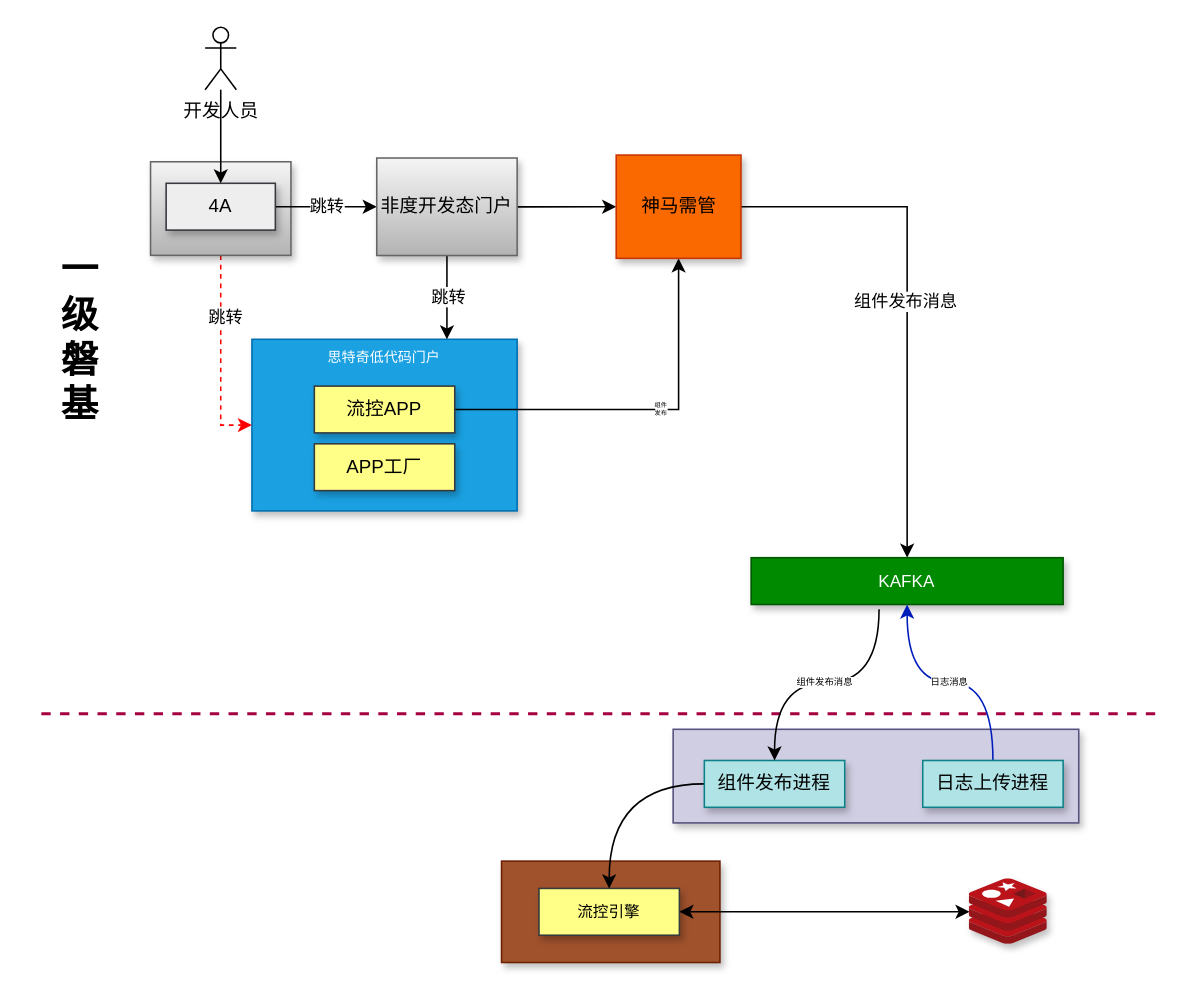
Before: page "集成架构" (8 of 8) of 流控.drawio in qymmdj/draw-io, a draw.io diagram. Source tidied: cells renumbered, new cells numbered last; positions are measured from the earlier drawing's top-left corner, leaving out a move shared by most shapes. Both pictures are drawn from the tidied source at 156%, with x=0, y=0 at pixel (33, 27).
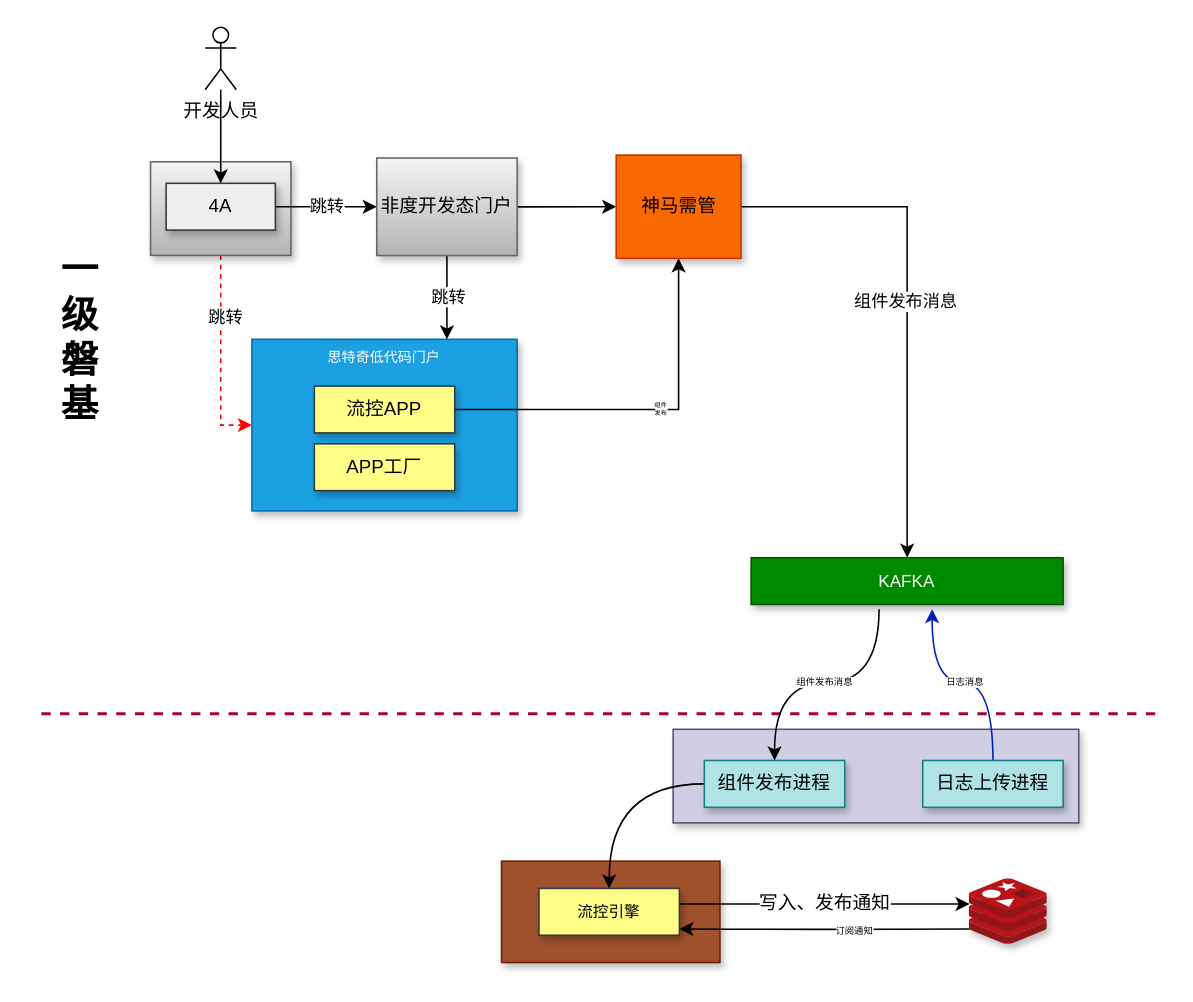
The same page after the edit.

The change refers to these unchanged cells:
```xml
<mxCell id="3" value="&lt;font size=&quot;1&quot;&gt;流控引擎&lt;/font&gt;" style="rounded=0;whiteSpace=wrap;html=1;shadow=1;fillColor=#ffff88;strokeColor=#36393d;fontSize=12;fontColor=#000000;" parent="1" vertex="1">
  <mxGeometry x="324" y="552" width="90" height="30" as="geometry" />
</mxCell>
<mxCell id="25" value="KAFKA" style="rounded=0;whiteSpace=wrap;html=1;shadow=1;fontSize=11;fontColor=#ffffff;fillColor=#008a00;strokeColor=#005700;" parent="1" vertex="1">
  <mxGeometry x="460" y="340" width="200" height="30" as="geometry" />
</mxCell>
<mxCell id="28" style="sketch=0;html=1;points=[];align=center;image;fontSize=12;image=img/lib/mscae/Cache_Redis_Product.svg;shadow=1;fontColor=#000000;" parent="1" vertex="1">
  <mxGeometry x="600" y="546" width="50" height="42" as="geometry" />
</mxCell>
<mxCell id="30" value="日志上传进程" style="rounded=0;whiteSpace=wrap;html=1;shadow=1;fillColor=#b0e3e6;strokeColor=#0e8088;fontSize=12;" parent="1" vertex="1">
  <mxGeometry x="570" y="470" width="90" height="30" as="geometry" />
</mxCell>
```

What changed in the source:
```diff
@@
+    <mxCell id="32" style="edgeStyle=orthogonalEdgeStyle;curved=1;rounded=0;jettySize=auto;html=1;fontSize=6;fontColor=#000000;startArrow=classic;startFill=1;endArrow=none;endFill=0;strokeColor=#000000;strokeWidth=1;entryX=0;entryY=0.762;entryDx=0;entryDy=0;entryPerimeter=0;" parent="1" edge="1" target="28">
+      <mxGeometry relative="1" as="geometry">
+        <mxPoint x="414" y="578" as="sourcePoint" />
+      </mxGeometry>
+    </mxCell>
+    <mxCell id="33" value="订阅通知" style="edgeLabel;html=1;align=center;verticalAlign=middle;fontSize=6;fontColor=#000000;" parent="32" vertex="1">
+      <mxGeometry x="0.2" y="-1" relative="1" as="geometry" />
+    </mxCell>
@@
-    <mxCell id="27" style="edgeStyle=orthogonalEdgeStyle;curved=1;rounded=0;jettySize=auto;html=1;fontSize=12;fontColor=#000000;startArrow=classic;startFill=1;endArrow=classic;endFill=1;strokeColor=#000000;strokeWidth=1;entryX=1;entryY=0.5;entryDx=0;entryDy=0;" parent="1" edge="1" source="28" target="3">
-      <mxGeometry relative="1" as="geometry" />
+    <mxCell id="27" value="写入、发布通知" style="edgeStyle=orthogonalEdgeStyle;curved=1;rounded=0;orthogonalLoop=1;jettySize=auto;html=1;fontSize=12;fontColor=#000000;startArrow=classic;startFill=1;endArrow=none;endFill=0;strokeColor=#000000;strokeWidth=1;entryX=1;entryY=0.5;entryDx=0;entryDy=0;" parent="1" edge="1">
+      <mxGeometry relative="1" as="geometry">
+        <mxPoint x="600" y="562" as="sourcePoint" />
+        <mxPoint x="414" y="562" as="targetPoint" />
+      </mxGeometry>
     </mxCell>
@@
-    <mxCell id="29" value="日志消息" style="edgeStyle=orthogonalEdgeStyle;curved=1;rounded=0;jettySize=auto;html=1;fontSize=6;fontColor=#000000;startArrow=none;startFill=0;endArrow=classic;endFill=1;strokeColor=#001DBC;strokeWidth=1;fillColor=#0050ef;" parent="1" edge="1" source="30" target="25">
+    <mxCell id="29" value="日志消息" style="edgeStyle=orthogonalEdgeStyle;curved=1;rounded=0;jettySize=auto;html=1;fontSize=6;fontColor=#000000;startArrow=none;startFill=0;endArrow=classic;endFill=1;strokeColor=#001DBC;strokeWidth=1;fillColor=#0050ef;entryX=0.58;entryY=1.1;entryDx=0;entryDy=0;entryPerimeter=0;" parent="1" edge="1" source="30" target="25">
       <mxGeometry relative="1" as="geometry" />
     </mxCell>
```
